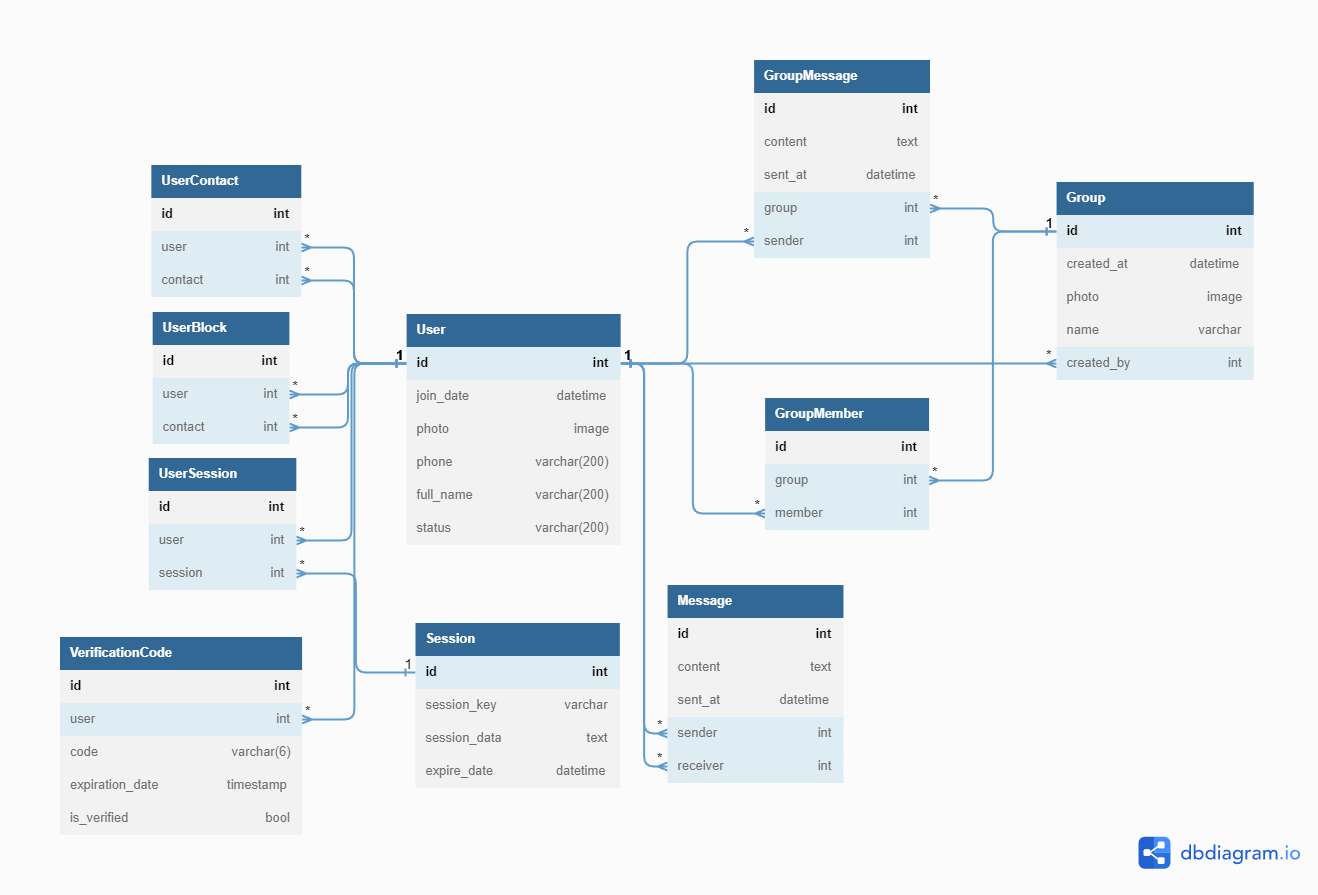
NeuralChat/.github keeps this Mermaid diagram as assets/entityRelationship.png. Above is the earlier version. Its source is kept beside it as diagram/entityRelationship.mermaid.
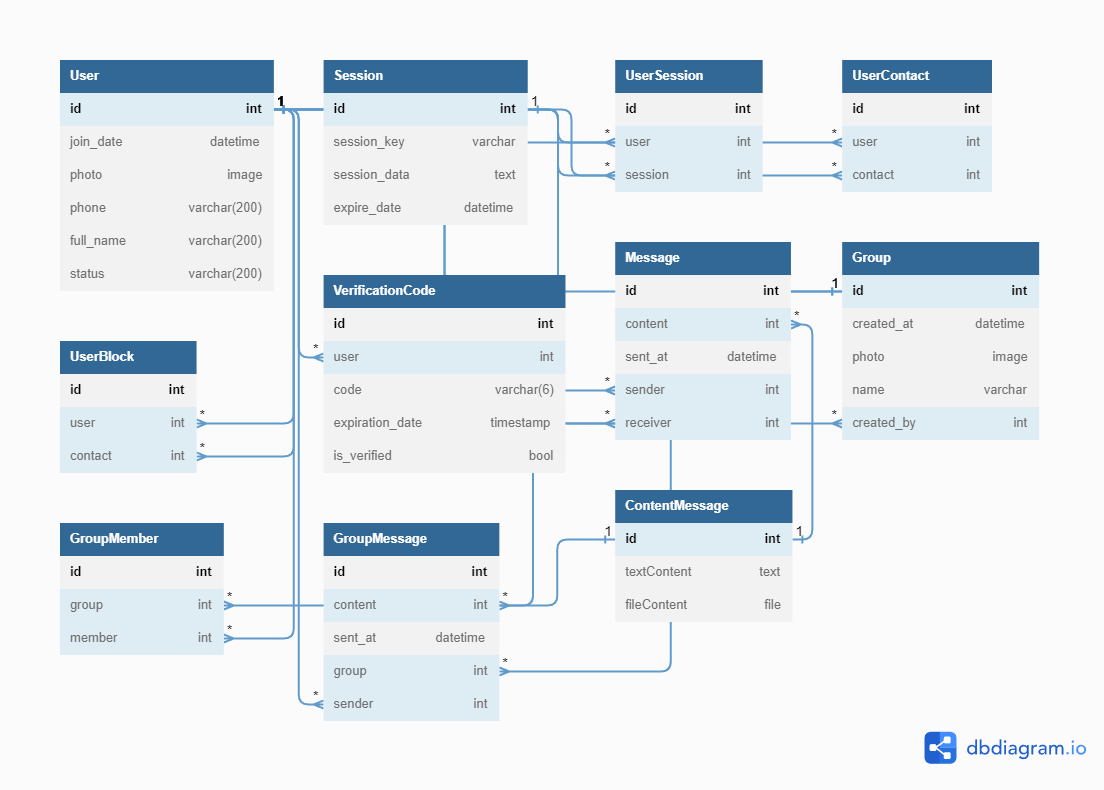
After the change.

What changed in the source:
```diff
@@ -13,6 +13,8 @@
     Session ||--o{ UserSession : "Contains"
     Group ||--o{ GroupMember : "Has"
     Group ||--o{ GroupMessage : "Contains"
+    Message ||--|| ContentMessage : "Contains"
+    GroupMessage ||--|| ContentMessage : "Contains"
 
     User {
         id int
@@ -60,7 +62,7 @@
         id int
         sender_id int
         receiver_id int
-        content text
+        content int
         sent_at datetime
     }
 
@@ -82,6 +84,12 @@
         id int
         sender_id int
         group_id int
-        content text
+        content int
         sent_at datetime
     }
+
+    ContentMessage {
+        id int
+        textContent text
+        fileContent file
+    }
```
